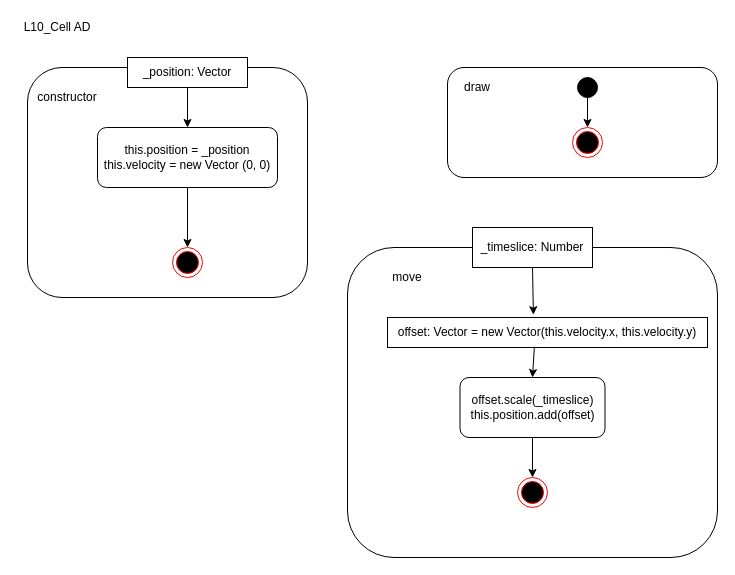
Earlier version of the draw.io diagram page "Cell_AD" (1 of 7) of L10_Inheritance/Konzeption/L10_AD_Classes.drawio (KohlerAl/EIA2). Source tidied: cells renumbered, new cells numbered last; positions are measured from the earlier drawing's top-left corner, leaving out a move shared by most shapes. Both pictures are drawn from the tidied source at 100%, with x=0, y=0 at pixel (17, 17).
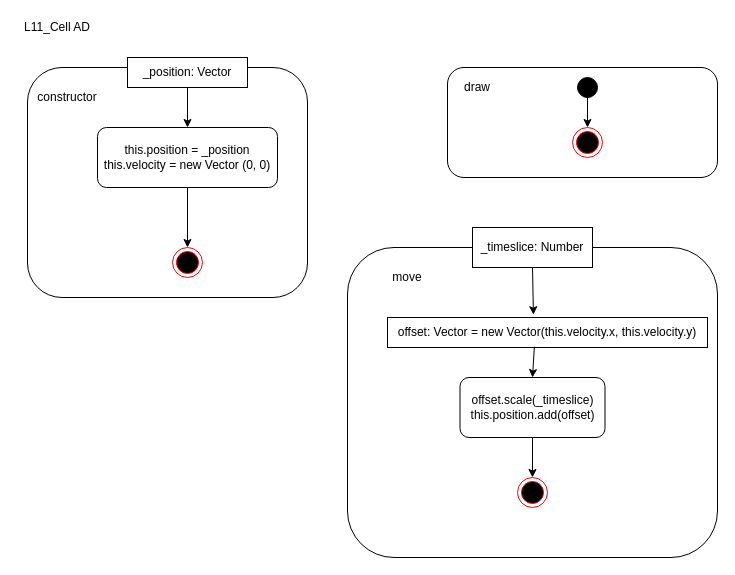
The same diagram, later.

Change to the diagram source:
```diff
@@
-    <mxCell id="9" value="L10_Cell AD" style="text;html=1;strokeColor=none;fillColor=none;align=center;verticalAlign=middle;whiteSpace=wrap;rounded=0;" parent="1" vertex="1">
+    <mxCell id="9" value="L11_Cell AD" style="text;html=1;strokeColor=none;fillColor=none;align=center;verticalAlign=middle;whiteSpace=wrap;rounded=0;" parent="1" vertex="1">
       <mxGeometry width="80" height="20" as="geometry" />
     </mxCell>
```
